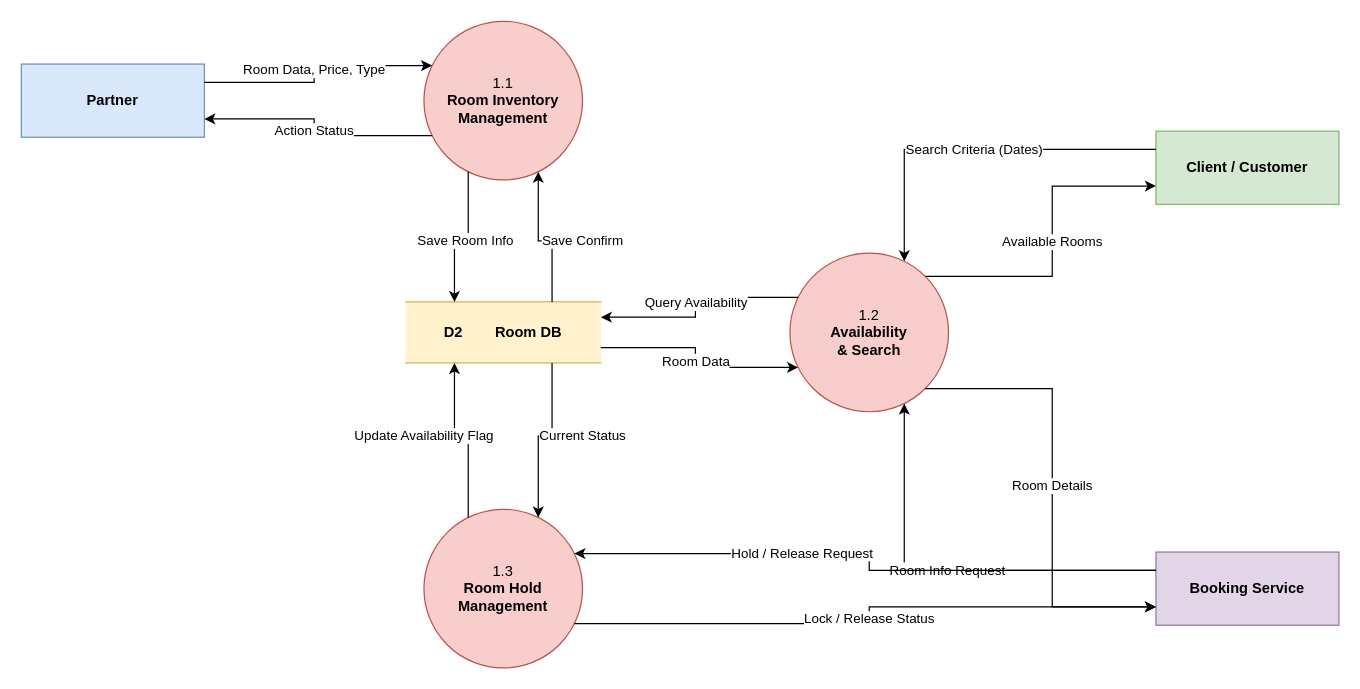
This is docs/DFD_room_muc1.drawio from nguyenvantai-imfine/System-Booking-service, a draw.io file, before an edit. Source tidied: cells renumbered, new cells numbered last; positions are measured from the earlier drawing's top-left corner, leaving out a move shared by most shapes. Both pictures are drawn from the tidied source at 122%, with x=0, y=0 at pixel (21, 21).
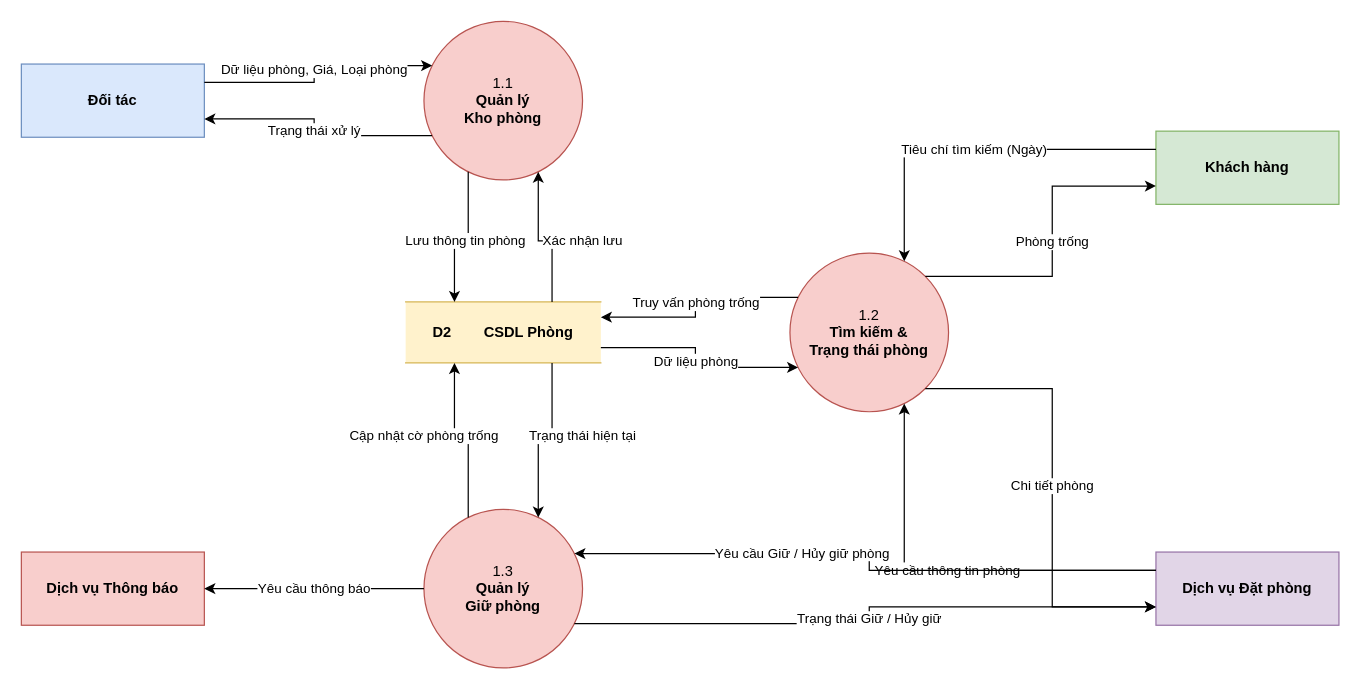
Above is the later version.

The edit, as a diff of the source:
```diff
@@
-    <mxCell id="2" value="Partner" style="rounded=0;whiteSpace=wrap;html=1;fillColor=#dae8fc;strokeColor=#6c8ebf;fontStyle=1;" parent="1" vertex="1">
+    <mxCell id="2" value="Đối tác" style="rounded=0;whiteSpace=wrap;html=1;fillColor=#dae8fc;strokeColor=#6c8ebf;fontStyle=1;" parent="1" vertex="1">
       <mxGeometry y="35" width="150" height="60" as="geometry" />
     </mxCell>
-    <mxCell id="3" value="Client / Customer" style="rounded=0;whiteSpace=wrap;html=1;fillColor=#d5e8d4;strokeColor=#82b366;fontStyle=1;" parent="1" vertex="1">
+    <mxCell id="3" value="Khách hàng" style="rounded=0;whiteSpace=wrap;html=1;fillColor=#d5e8d4;strokeColor=#82b366;fontStyle=1;" parent="1" vertex="1">
       <mxGeometry x="930" y="90" width="150" height="60" as="geometry" />
     </mxCell>
-    <mxCell id="4" value="Booking Service" style="rounded=0;whiteSpace=wrap;html=1;fillColor=#e1d5e7;strokeColor=#9673a6;fontStyle=1;" parent="1" vertex="1">
+    <mxCell id="4" value="Dịch vụ Đặt phòng" style="rounded=0;whiteSpace=wrap;html=1;fillColor=#e1d5e7;strokeColor=#9673a6;fontStyle=1;" parent="1" vertex="1">
       <mxGeometry x="930" y="435" width="150" height="60" as="geometry" />
     </mxCell>
-    <mxCell id="5" value="1.1&lt;br&gt;&lt;b&gt;Room Inventory&lt;br&gt;Management&lt;/b&gt;" style="ellipse;whiteSpace=wrap;html=1;fillColor=#f8cecc;strokeColor=#b85450;" parent="1" vertex="1">
+    <mxCell id="5" value="1.1&lt;br&gt;&lt;b&gt;Quản lý&lt;br&gt;Kho phòng&lt;/b&gt;" style="ellipse;whiteSpace=wrap;html=1;fillColor=#f8cecc;strokeColor=#b85450;" parent="1" vertex="1">
       <mxGeometry x="330" width="130" height="130" as="geometry" />
     </mxCell>
-    <mxCell id="6" value="1.2&lt;br&gt;&lt;b&gt;Availability&lt;br&gt;&amp;amp; Search&lt;/b&gt;" style="ellipse;whiteSpace=wrap;html=1;fillColor=#f8cecc;strokeColor=#b85450;" parent="1" vertex="1">
+    <mxCell id="6" value="1.2&lt;br&gt;&lt;b&gt;Tìm kiếm &amp;amp;&lt;br&gt;Trạng thái phòng&lt;/b&gt;" style="ellipse;whiteSpace=wrap;html=1;fillColor=#f8cecc;strokeColor=#b85450;" parent="1" vertex="1">
       <mxGeometry x="630" y="190" width="130" height="130" as="geometry" />
     </mxCell>
-    <mxCell id="7" value="1.3&lt;br&gt;&lt;b&gt;Room Hold&lt;br&gt;Management&lt;/b&gt;" style="ellipse;whiteSpace=wrap;html=1;fillColor=#f8cecc;strokeColor=#b85450;" parent="1" vertex="1">
+    <mxCell id="7" value="1.3&lt;br&gt;&lt;b&gt;Quản lý&lt;br&gt;Giữ phòng&lt;/b&gt;" style="ellipse;whiteSpace=wrap;html=1;fillColor=#f8cecc;strokeColor=#b85450;" parent="1" vertex="1">
       <mxGeometry x="330" y="400" width="130" height="130" as="geometry" />
     </mxCell>
-    <mxCell id="8" value="D2&amp;nbsp; &amp;nbsp; &amp;nbsp; &amp;nbsp; Room DB" style="shape=partialRectangle;whiteSpace=wrap;html=1;left=0;right=0;fillColor=#fff2cc;strokeColor=#d6b656;fontStyle=1;" parent="1" vertex="1">
+    <mxCell id="8" value="D2&amp;nbsp; &amp;nbsp; &amp;nbsp; &amp;nbsp; CSDL Phòng" style="shape=partialRectangle;whiteSpace=wrap;html=1;left=0;right=0;fillColor=#fff2cc;strokeColor=#d6b656;fontStyle=1;" parent="1" vertex="1">
       <mxGeometry x="315" y="230" width="160" height="50" as="geometry" />
     </mxCell>
-    <mxCell id="9" value="Room Data, Price, Type" style="edgeStyle=orthogonalEdgeStyle;rounded=0;html=1;exitX=1;exitY=0.25;entryX=0;entryY=0.25;labelBackgroundColor=#ffffff;" parent="1" edge="1" source="2" target="5">
+    <mxCell id="9" value="Dữ liệu phòng, Giá, Loại phòng" style="edgeStyle=orthogonalEdgeStyle;rounded=0;html=1;exitX=1;exitY=0.25;entryX=0;entryY=0.25;labelBackgroundColor=#ffffff;" parent="1" edge="1" source="2" target="5">
       <mxGeometry relative="1" as="geometry" />
     </mxCell>
-    <mxCell id="10" value="Action Status" style="edgeStyle=orthogonalEdgeStyle;rounded=0;html=1;exitX=0;exitY=0.75;entryX=1;entryY=0.75;labelBackgroundColor=#ffffff;" parent="1" edge="1" source="5" target="2">
+    <mxCell id="10" value="Trạng thái xử lý" style="edgeStyle=orthogonalEdgeStyle;rounded=0;html=1;exitX=0;exitY=0.75;entryX=1;entryY=0.75;labelBackgroundColor=#ffffff;" parent="1" edge="1" source="5" target="2">
       <mxGeometry relative="1" as="geometry" />
     </mxCell>
-    <mxCell id="11" value="Save Room Info" style="edgeStyle=orthogonalEdgeStyle;rounded=0;html=1;exitX=0.25;exitY=1;entryX=0.25;entryY=0;labelBackgroundColor=#ffffff;" parent="1" edge="1" source="5" target="8">
+    <mxCell id="11" value="Lưu thông tin phòng" style="edgeStyle=orthogonalEdgeStyle;rounded=0;html=1;exitX=0.25;exitY=1;entryX=0.25;entryY=0;labelBackgroundColor=#ffffff;" parent="1" edge="1" source="5" target="8">
       <mxGeometry relative="1" as="geometry" />
     </mxCell>
-    <mxCell id="12" value="Save Confirm" style="edgeStyle=orthogonalEdgeStyle;rounded=0;html=1;exitX=0.75;exitY=0;entryX=0.75;entryY=1;labelBackgroundColor=#ffffff;" parent="1" edge="1" source="8" target="5">
+    <mxCell id="12" value="Xác nhận lưu" style="edgeStyle=orthogonalEdgeStyle;rounded=0;html=1;exitX=0.75;exitY=0;entryX=0.75;entryY=1;labelBackgroundColor=#ffffff;" parent="1" edge="1" source="8" target="5">
       <mxGeometry x="-0.15" y="-25" relative="1" as="geometry">
         <mxPoint x="25" y="25" as="offset" />
       </mxGeometry>
     </mxCell>
-    <mxCell id="13" value="Search Criteria (Dates)" style="edgeStyle=orthogonalEdgeStyle;rounded=0;html=1;exitX=0;exitY=0.25;entryX=0.75;entryY=0;labelBackgroundColor=#ffffff;" parent="1" edge="1" source="3" target="6">
+    <mxCell id="13" value="Tiêu chí tìm kiếm (Ngày)" style="edgeStyle=orthogonalEdgeStyle;rounded=0;html=1;exitX=0;exitY=0.25;entryX=0.75;entryY=0;labelBackgroundColor=#ffffff;" parent="1" edge="1" source="3" target="6">
       <mxGeometry relative="1" as="geometry" />
     </mxCell>
-    <mxCell id="14" value="Available Rooms" style="edgeStyle=orthogonalEdgeStyle;rounded=0;html=1;exitX=1;exitY=0;entryX=0;entryY=0.75;labelBackgroundColor=#ffffff;" parent="1" edge="1" source="6" target="3">
+    <mxCell id="14" value="Phòng trống" style="edgeStyle=orthogonalEdgeStyle;rounded=0;html=1;exitX=1;exitY=0;entryX=0;entryY=0.75;labelBackgroundColor=#ffffff;" parent="1" edge="1" source="6" target="3">
       <mxGeometry relative="1" as="geometry" />
     </mxCell>
-    <mxCell id="15" value="Room Info Request" style="edgeStyle=orthogonalEdgeStyle;rounded=0;html=1;exitX=0;exitY=0.25;entryX=0.75;entryY=1;labelBackgroundColor=#ffffff;" parent="1" edge="1" source="4" target="6">
+    <mxCell id="15" value="Yêu cầu thông tin phòng" style="edgeStyle=orthogonalEdgeStyle;rounded=0;html=1;exitX=0;exitY=0.25;entryX=0.75;entryY=1;labelBackgroundColor=#ffffff;" parent="1" edge="1" source="4" target="6">
       <mxGeometry relative="1" as="geometry" />
     </mxCell>
-    <mxCell id="16" value="Room Details" style="edgeStyle=orthogonalEdgeStyle;rounded=0;html=1;exitX=1;exitY=1;entryX=0;entryY=0.75;labelBackgroundColor=#ffffff;" parent="1" edge="1" source="6" target="4">
+    <mxCell id="16" value="Chi tiết phòng" style="edgeStyle=orthogonalEdgeStyle;rounded=0;html=1;exitX=1;exitY=1;entryX=0;entryY=0.75;labelBackgroundColor=#ffffff;" parent="1" edge="1" source="6" target="4">
       <mxGeometry relative="1" as="geometry" />
     </mxCell>
-    <mxCell id="17" value="Query Availability" style="edgeStyle=orthogonalEdgeStyle;rounded=0;html=1;exitX=0;exitY=0.25;entryX=1;entryY=0.25;labelBackgroundColor=#ffffff;" parent="1" edge="1" source="6" target="8">
+    <mxCell id="17" value="Truy vấn phòng trống" style="edgeStyle=orthogonalEdgeStyle;rounded=0;html=1;exitX=0;exitY=0.25;entryX=1;entryY=0.25;labelBackgroundColor=#ffffff;" parent="1" edge="1" source="6" target="8">
       <mxGeometry relative="1" as="geometry" />
     </mxCell>
-    <mxCell id="18" value="Room Data" style="edgeStyle=orthogonalEdgeStyle;rounded=0;html=1;exitX=1;exitY=0.75;entryX=0;entryY=0.75;labelBackgroundColor=#ffffff;" parent="1" edge="1" source="8" target="6">
+    <mxCell id="18" value="Dữ liệu phòng" style="edgeStyle=orthogonalEdgeStyle;rounded=0;html=1;exitX=1;exitY=0.75;entryX=0;entryY=0.75;labelBackgroundColor=#ffffff;" parent="1" edge="1" source="8" target="6">
       <mxGeometry relative="1" as="geometry" />
     </mxCell>
-    <mxCell id="19" value="Hold / Release Request" style="edgeStyle=orthogonalEdgeStyle;rounded=0;html=1;exitX=0;exitY=0.25;entryX=1;entryY=0.25;labelBackgroundColor=#ffffff;" parent="1" edge="1" source="4" target="7">
+    <mxCell id="19" value="Yêu cầu Giữ / Hủy giữ phòng" style="edgeStyle=orthogonalEdgeStyle;rounded=0;html=1;exitX=0;exitY=0.25;entryX=1;entryY=0.25;labelBackgroundColor=#ffffff;" parent="1" edge="1" source="4" target="7">
       <mxGeometry x="0.24" relative="1" as="geometry" />
     </mxCell>
-    <mxCell id="20" value="Lock / Release Status" style="edgeStyle=orthogonalEdgeStyle;rounded=0;html=1;exitX=1;exitY=0.75;entryX=0;entryY=0.75;labelBackgroundColor=#ffffff;" parent="1" edge="1" source="7" target="4">
+    <mxCell id="20" value="Trạng thái Giữ / Hủy giữ" style="edgeStyle=orthogonalEdgeStyle;rounded=0;html=1;exitX=1;exitY=0.75;entryX=0;entryY=0.75;labelBackgroundColor=#ffffff;" parent="1" edge="1" source="7" target="4">
       <mxGeometry relative="1" as="geometry" />
     </mxCell>
-    <mxCell id="21" value="Update Availability Flag" style="edgeStyle=orthogonalEdgeStyle;rounded=0;html=1;exitX=0.25;exitY=0;entryX=0.25;entryY=1;labelBackgroundColor=#ffffff;" parent="1" edge="1" source="7" target="8">
+    <mxCell id="21" value="Cập nhật cờ phòng trống" style="edgeStyle=orthogonalEdgeStyle;rounded=0;html=1;exitX=0.25;exitY=0;entryX=0.25;entryY=1;labelBackgroundColor=#ffffff;" parent="1" edge="1" source="7" target="8">
       <mxGeometry x="0.13" y="25" relative="1" as="geometry" />
     </mxCell>
-    <mxCell id="22" value="Current Status" style="edgeStyle=orthogonalEdgeStyle;rounded=0;html=1;exitX=0.75;exitY=1;entryX=0.75;entryY=0;labelBackgroundColor=#ffffff;" parent="1" edge="1" source="8" target="7">
+    <mxCell id="22" value="Trạng thái hiện tại" style="edgeStyle=orthogonalEdgeStyle;rounded=0;html=1;exitX=0.75;exitY=1;entryX=0.75;entryY=0;labelBackgroundColor=#ffffff;" parent="1" edge="1" source="8" target="7">
       <mxGeometry x="-0.13" y="-25" relative="1" as="geometry">
         <mxPoint x="25" y="25" as="offset" />
       </mxGeometry>
     </mxCell>
+    <mxCell id="23" value="Dịch vụ Thông báo" style="rounded=0;whiteSpace=wrap;html=1;fillColor=#f8cecc;strokeColor=#b85450;fontStyle=1;" parent="1" vertex="1">
+      <mxGeometry y="435" width="150" height="60" as="geometry" />
+    </mxCell>
+    <mxCell id="24" value="Yêu cầu thông báo" style="edgeStyle=orthogonalEdgeStyle;rounded=0;html=1;exitX=0;exitY=0.5;entryX=1;entryY=0.5;labelBackgroundColor=#ffffff;" parent="1" edge="1" source="7" target="23">
+      <mxGeometry relative="1" as="geometry" />
+    </mxCell>
```
